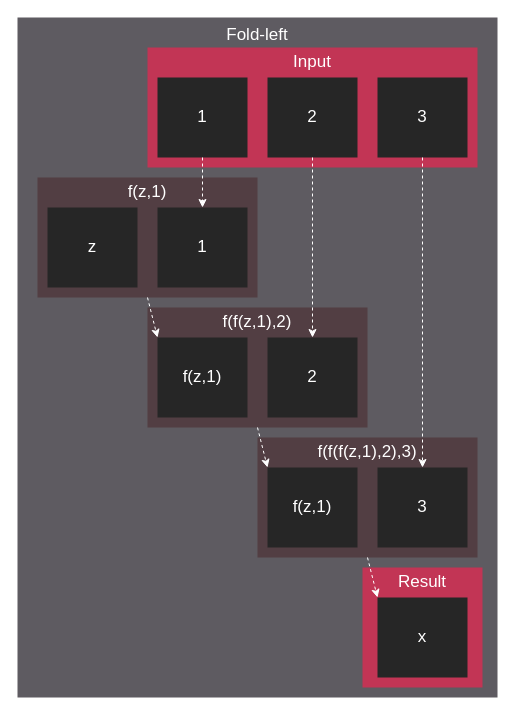
Above: docs/data/tutorial/reduction/foldl.drawio in StreamHPC/HIP (draw.io), before the change. Source tidied: cells renumbered, new cells numbered last; positions are measured from the earlier drawing's top-left corner, leaving out a move shared by most shapes. Both pictures are drawn from the tidied source at 100%, with x=0, y=0 at pixel (17, 17).
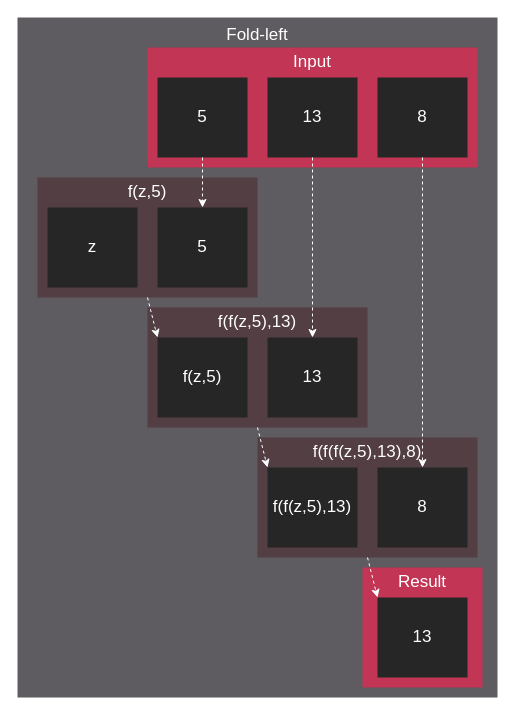
The same diagram, later.

The edit, as a diff of the source:
```diff
@@
-    <mxCell id="10" value="3" style="text;html=1;strokeColor=none;fillColor=none;align=center;verticalAlign=middle;whiteSpace=wrap;rounded=0;fontFamily=Klavika;fontSize=17;fontColor=#FFFFFF;" parent="1" vertex="1">
+    <mxCell id="10" value="8" style="text;html=1;strokeColor=none;fillColor=none;align=center;verticalAlign=middle;whiteSpace=wrap;rounded=0;fontFamily=Klavika;fontSize=17;fontColor=#FFFFFF;" parent="1" vertex="1">
       <mxGeometry x="375" y="85" width="60" height="30" as="geometry" />
     </mxCell>
-    <mxCell id="11" value="2" style="text;html=1;strokeColor=none;fillColor=none;align=center;verticalAlign=middle;whiteSpace=wrap;rounded=0;fontFamily=Klavika;fontSize=17;fontColor=#FFFFFF;" parent="1" vertex="1">
+    <mxCell id="11" value="13" style="text;html=1;strokeColor=none;fillColor=none;align=center;verticalAlign=middle;whiteSpace=wrap;rounded=0;fontFamily=Klavika;fontSize=17;fontColor=#FFFFFF;" parent="1" vertex="1">
       <mxGeometry x="265" y="85" width="60" height="30" as="geometry" />
     </mxCell>
-    <mxCell id="12" value="1" style="text;html=1;strokeColor=none;fillColor=none;align=center;verticalAlign=middle;whiteSpace=wrap;rounded=0;fontFamily=Klavika;fontSize=17;fontColor=#FFFFFF;" parent="1" vertex="1">
+    <mxCell id="12" value="5" style="text;html=1;strokeColor=none;fillColor=none;align=center;verticalAlign=middle;whiteSpace=wrap;rounded=0;fontFamily=Klavika;fontSize=17;fontColor=#FFFFFF;" parent="1" vertex="1">
       <mxGeometry x="155" y="85" width="60" height="30" as="geometry" />
     </mxCell>
@@
-    <mxCell id="16" value="1" style="text;html=1;strokeColor=none;fillColor=none;align=center;verticalAlign=middle;whiteSpace=wrap;rounded=0;fontFamily=Klavika;fontSize=17;fontColor=#FFFFFF;" parent="1" vertex="1">
+    <mxCell id="16" value="5" style="text;html=1;strokeColor=none;fillColor=none;align=center;verticalAlign=middle;whiteSpace=wrap;rounded=0;fontFamily=Klavika;fontSize=17;fontColor=#FFFFFF;" parent="1" vertex="1">
       <mxGeometry x="155" y="215" width="60" height="30" as="geometry" />
     </mxCell>
-    <mxCell id="17" value="&lt;font face=&quot;Klavika&quot; style=&quot;font-size: 17px;&quot;&gt;f(z,1)&lt;/font&gt;" style="text;html=1;strokeColor=none;fillColor=none;align=center;verticalAlign=middle;whiteSpace=wrap;rounded=0;fontSize=17;fontColor=#FFFFFF;" parent="1" vertex="1">
+    <mxCell id="17" value="&lt;font face=&quot;Klavika&quot; style=&quot;font-size: 17px;&quot;&gt;f(z,5)&lt;/font&gt;" style="text;html=1;strokeColor=none;fillColor=none;align=center;verticalAlign=middle;whiteSpace=wrap;rounded=0;fontSize=17;fontColor=#FFFFFF;" parent="1" vertex="1">
       <mxGeometry x="100" y="160" width="60" height="30" as="geometry" />
     </mxCell>
@@
-    <mxCell id="21" value="f(z,1)" style="text;html=1;strokeColor=none;fillColor=none;align=center;verticalAlign=middle;whiteSpace=wrap;rounded=0;fontFamily=Klavika;fontSize=17;fontColor=#FFFFFF;" parent="1" vertex="1">
+    <mxCell id="21" value="f(z,5)" style="text;html=1;strokeColor=none;fillColor=none;align=center;verticalAlign=middle;whiteSpace=wrap;rounded=0;fontFamily=Klavika;fontSize=17;fontColor=#FFFFFF;" parent="1" vertex="1">
       <mxGeometry x="155" y="345" width="60" height="30" as="geometry" />
     </mxCell>
@@
-    <mxCell id="23" value="2" style="text;html=1;strokeColor=none;fillColor=none;align=center;verticalAlign=middle;whiteSpace=wrap;rounded=0;fontFamily=Klavika;fontSize=17;fontColor=#FFFFFF;" parent="1" vertex="1">
+    <mxCell id="23" value="13" style="text;html=1;strokeColor=none;fillColor=none;align=center;verticalAlign=middle;whiteSpace=wrap;rounded=0;fontFamily=Klavika;fontSize=17;fontColor=#FFFFFF;" parent="1" vertex="1">
       <mxGeometry x="265" y="345" width="60" height="30" as="geometry" />
     </mxCell>
-    <mxCell id="24" value="&lt;font face=&quot;Klavika&quot; style=&quot;font-size: 17px;&quot;&gt;f(f(z,1),2)&lt;/font&gt;" style="text;html=1;strokeColor=none;fillColor=none;align=center;verticalAlign=middle;whiteSpace=wrap;rounded=0;fontSize=17;fontColor=#FFFFFF;" parent="1" vertex="1">
+    <mxCell id="24" value="&lt;font face=&quot;Klavika&quot; style=&quot;font-size: 17px;&quot;&gt;f(f(z,5),13)&lt;/font&gt;" style="text;html=1;strokeColor=none;fillColor=none;align=center;verticalAlign=middle;whiteSpace=wrap;rounded=0;fontSize=17;fontColor=#FFFFFF;" parent="1" vertex="1">
       <mxGeometry x="210" y="290" width="60" height="30" as="geometry" />
     </mxCell>
@@
-    <mxCell id="28" value="f(z,1)" style="text;html=1;strokeColor=none;fillColor=none;align=center;verticalAlign=middle;whiteSpace=wrap;rounded=0;fontFamily=Klavika;fontSize=17;fontColor=#FFFFFF;" parent="1" vertex="1">
+    <mxCell id="28" value="f(f(z,5),13)" style="text;html=1;strokeColor=none;fillColor=none;align=center;verticalAlign=middle;whiteSpace=wrap;rounded=0;fontFamily=Klavika;fontSize=17;fontColor=#FFFFFF;" parent="1" vertex="1">
       <mxGeometry x="265" y="475" width="60" height="30" as="geometry" />
     </mxCell>
@@
-    <mxCell id="30" value="3" style="text;html=1;strokeColor=none;fillColor=none;align=center;verticalAlign=middle;whiteSpace=wrap;rounded=0;fontFamily=Klavika;fontSize=17;fontColor=#FFFFFF;" parent="1" vertex="1">
+    <mxCell id="30" value="8" style="text;html=1;strokeColor=none;fillColor=none;align=center;verticalAlign=middle;whiteSpace=wrap;rounded=0;fontFamily=Klavika;fontSize=17;fontColor=#FFFFFF;" parent="1" vertex="1">
       <mxGeometry x="375" y="475" width="60" height="30" as="geometry" />
     </mxCell>
-    <mxCell id="31" value="&lt;font face=&quot;Klavika&quot; style=&quot;font-size: 17px;&quot;&gt;f(f(f(z,1),2),3)&lt;br&gt;&lt;/font&gt;" style="text;html=1;strokeColor=none;fillColor=none;align=center;verticalAlign=middle;whiteSpace=wrap;rounded=0;fontSize=17;fontColor=#FFFFFF;" parent="1" vertex="1">
+    <mxCell id="31" value="&lt;font face=&quot;Klavika&quot; style=&quot;font-size: 17px;&quot;&gt;f(f(f(z,5),13),8)&lt;br&gt;&lt;/font&gt;" style="text;html=1;strokeColor=none;fillColor=none;align=center;verticalAlign=middle;whiteSpace=wrap;rounded=0;fontSize=17;fontColor=#FFFFFF;" parent="1" vertex="1">
       <mxGeometry x="320" y="420" width="60" height="30" as="geometry" />
     </mxCell>
@@
-    <mxCell id="38" value="x" style="text;html=1;strokeColor=none;fillColor=none;align=center;verticalAlign=middle;whiteSpace=wrap;rounded=0;fontFamily=Klavika;fontSize=17;fontColor=#FFFFFF;" parent="1" vertex="1">
+    <mxCell id="38" value="13" style="text;html=1;strokeColor=none;fillColor=none;align=center;verticalAlign=middle;whiteSpace=wrap;rounded=0;fontFamily=Klavika;fontSize=17;fontColor=#FFFFFF;" parent="1" vertex="1">
       <mxGeometry x="375" y="605" width="60" height="30" as="geometry" />
     </mxCell>
```
